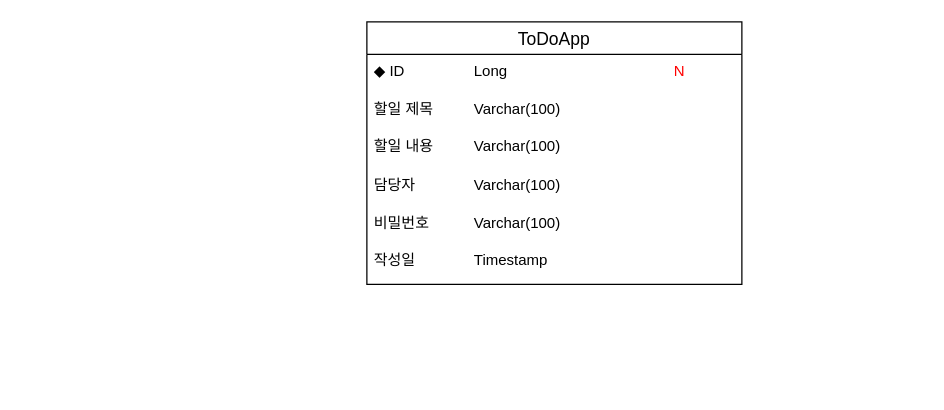
Before: ERD.drawio in kwj0605/ToDoApp, a draw.io diagram. Source tidied: cells renumbered, new cells numbered last; positions are measured from the earlier drawing's top-left corner, leaving out a move shared by most shapes. Both pictures are drawn from the tidied source at 125%, with x=0, y=0 at pixel (366, 21).
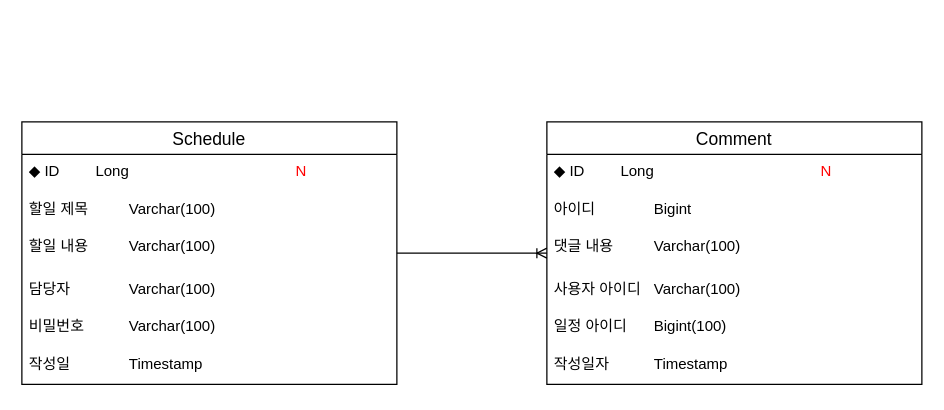
After the change.

Diff of the diagram source:
```diff
@@
 <mxGraphModel>
   <root>
     <mxCell id="0" />
     <mxCell id="1" parent="0" />
+    <mxCell id="9" style="group;" parent="1" vertex="1">
+      <mxGeometry x="-276" y="80" width="300" height="210" as="geometry" />
+    </mxCell>
-    <mxCell id="2" value="ToDoApp" style="swimlane;fontStyle=0;horizontal=1;startSize=26;align=center;fontSize=14;" parent="1" vertex="1">
+    <mxCell id="2" value="Schedule" style="swimlane;fontStyle=0;horizontal=1;startSize=26;align=center;fontSize=14;" parent="9" vertex="1">
       <mxGeometry width="300" height="210" as="geometry" />
     </mxCell>
-    <mxCell id="3" value="◆ ID&lt;span style=&quot;white-space: pre;&quot;&gt;&#9;&lt;/span&gt;&lt;span style=&quot;white-space: pre;&quot;&gt;&#9;&lt;/span&gt;&lt;span style=&quot;white-space: pre;&quot;&gt;&#9;&lt;/span&gt;Long&lt;span style=&quot;white-space: pre;&quot;&gt;&#9;&lt;/span&gt;&lt;span style=&quot;white-space: pre;&quot;&gt;&#9;&lt;/span&gt;&lt;span style=&quot;white-space: pre;&quot;&gt;&#9;&lt;/span&gt;&lt;span style=&quot;white-space: pre;&quot;&gt;&#9;&lt;/span&gt;&lt;span style=&quot;white-space: pre;&quot;&gt;&#9;&lt;/span&gt;&lt;font color=&quot;#ff0000&quot;&gt;N&lt;/font&gt;" style="text;strokeColor=none;fillColor=none;spacingLeft=4;spacingRight=4;overflow=hidden;fontSize=12;whiteSpace=wrap;html=1;" parent="2" vertex="1">
+    <mxCell id="3" value="◆ ID&lt;span style=&quot;white-space: pre;&quot;&gt;&#9;&lt;/span&gt;&lt;span style=&quot;white-space: pre;&quot;&gt;&#9;&lt;/span&gt;Long&lt;span style=&quot;white-space: pre;&quot;&gt;&#9;&lt;/span&gt;&lt;span style=&quot;white-space: pre;&quot;&gt;&#9;&lt;/span&gt;&lt;span style=&quot;white-space: pre;&quot;&gt;&#9;&lt;/span&gt;&lt;span style=&quot;white-space: pre;&quot;&gt;&#9;&lt;/span&gt;&lt;span style=&quot;white-space: pre;&quot;&gt;&#9;&lt;/span&gt;&lt;font color=&quot;#ff0000&quot;&gt;N&lt;/font&gt;" style="text;strokeColor=none;fillColor=none;spacingLeft=4;spacingRight=4;overflow=hidden;fontSize=12;whiteSpace=wrap;html=1;" parent="2" vertex="1">
       <mxGeometry y="26" width="300" height="30" as="geometry" />
     </mxCell>
     <mxCell id="4" value="할일 제목&lt;span style=&quot;white-space: pre;&quot;&gt;&#9;&lt;/span&gt;&lt;span style=&quot;white-space: pre;&quot;&gt;&#9;&lt;/span&gt;Varchar(100)" style="text;strokeColor=none;fillColor=none;spacingLeft=4;spacingRight=4;overflow=hidden;fontSize=12;whiteSpace=wrap;html=1;" parent="2" vertex="1">
       <mxGeometry y="56" width="300" height="30" as="geometry" />
     </mxCell>
     <mxCell id="5" value="할일 내용&lt;span style=&quot;white-space: pre;&quot;&gt;&#9;&lt;/span&gt;&lt;span style=&quot;white-space: pre;&quot;&gt;&#9;&lt;/span&gt;Varchar(100)" style="text;strokeColor=none;fillColor=none;spacingLeft=4;spacingRight=4;overflow=hidden;fontSize=12;whiteSpace=wrap;html=1;" parent="2" vertex="1">
       <mxGeometry y="86" width="300" height="124" as="geometry" />
     </mxCell>
-    <mxCell id="6" value="담당자&lt;span style=&quot;white-space: pre;&quot;&gt;&#9;&lt;/span&gt;&lt;span style=&quot;white-space: pre;&quot;&gt;&#9;&lt;/span&gt;Varchar(100)" style="text;strokeColor=none;fillColor=none;spacingLeft=4;spacingRight=4;overflow=hidden;fontSize=12;whiteSpace=wrap;html=1;" parent="1" vertex="1">
-      <mxGeometry y="117" width="300" height="30" as="geometry" />
+    <mxCell id="6" value="담당자&lt;span style=&quot;white-space: pre;&quot;&gt;&#9;&lt;/span&gt;&lt;span style=&quot;white-space: pre;&quot;&gt;&#9;&lt;/span&gt;Varchar(100)" style="text;strokeColor=none;fillColor=none;spacingLeft=4;spacingRight=4;overflow=hidden;fontSize=12;whiteSpace=wrap;html=1;" parent="9" vertex="1">
+      <mxGeometry y="120" width="300" height="30" as="geometry" />
     </mxCell>
-    <mxCell id="7" value="비밀번호&amp;nbsp;&lt;span style=&quot;white-space: pre;&quot;&gt;&#9;&lt;/span&gt;&lt;span style=&quot;white-space: pre;&quot;&gt;&#9;&lt;/span&gt;Varchar(100)" style="text;strokeColor=none;fillColor=none;spacingLeft=4;spacingRight=4;overflow=hidden;fontSize=12;whiteSpace=wrap;html=1;" parent="1" vertex="1">
-      <mxGeometry y="147" width="300" height="30" as="geometry" />
+    <mxCell id="7" value="비밀번호&amp;nbsp;&lt;span style=&quot;white-space: pre;&quot;&gt;&#9;&lt;/span&gt;&lt;span style=&quot;white-space: pre;&quot;&gt;&#9;&lt;/span&gt;Varchar(100)" style="text;strokeColor=none;fillColor=none;spacingLeft=4;spacingRight=4;overflow=hidden;fontSize=12;whiteSpace=wrap;html=1;" parent="9" vertex="1">
+      <mxGeometry y="150" width="300" height="30" as="geometry" />
     </mxCell>
-    <mxCell id="8" value="작성일&amp;nbsp;&lt;span style=&quot;white-space: pre;&quot;&gt;&#9;&lt;/span&gt;&lt;span style=&quot;white-space: pre;&quot;&gt;&#9;&lt;/span&gt;Timestamp" style="text;strokeColor=none;fillColor=none;spacingLeft=4;spacingRight=4;overflow=hidden;fontSize=12;whiteSpace=wrap;html=1;" parent="1" vertex="1">
-      <mxGeometry y="177" width="300" height="30" as="geometry" />
+    <mxCell id="8" value="작성일&amp;nbsp;&lt;span style=&quot;white-space: pre;&quot;&gt;&#9;&lt;/span&gt;&lt;span style=&quot;white-space: pre;&quot;&gt;&#9;&lt;/span&gt;Timestamp" style="text;strokeColor=none;fillColor=none;spacingLeft=4;spacingRight=4;overflow=hidden;fontSize=12;whiteSpace=wrap;html=1;" parent="9" vertex="1">
+      <mxGeometry y="180" width="300" height="30" as="geometry" />
     </mxCell>
+    <mxCell id="10" style="group;" parent="1" vertex="1">
+      <mxGeometry x="144" y="80" width="300" height="210" as="geometry" />
+    </mxCell>
+    <mxCell id="11" value="Comment" style="swimlane;fontStyle=0;horizontal=1;startSize=26;align=center;fontSize=14;" parent="10" vertex="1">
+      <mxGeometry width="300" height="210" as="geometry" />
+    </mxCell>
+    <mxCell id="12" value="◆ ID&lt;span style=&quot;white-space: pre;&quot;&gt;&#9;&lt;/span&gt;&lt;span style=&quot;white-space: pre;&quot;&gt;&#9;&lt;/span&gt;Long&lt;span style=&quot;white-space: pre;&quot;&gt;&#9;&lt;/span&gt;&lt;span style=&quot;white-space: pre;&quot;&gt;&#9;&lt;/span&gt;&lt;span style=&quot;white-space: pre;&quot;&gt;&#9;&lt;/span&gt;&lt;span style=&quot;white-space: pre;&quot;&gt;&#9;&lt;/span&gt;&lt;span style=&quot;white-space: pre;&quot;&gt;&#9;&lt;/span&gt;&lt;font color=&quot;#ff0000&quot;&gt;N&lt;/font&gt;" style="text;strokeColor=none;fillColor=none;spacingLeft=4;spacingRight=4;overflow=hidden;fontSize=12;whiteSpace=wrap;html=1;" parent="11" vertex="1">
+      <mxGeometry y="26" width="300" height="30" as="geometry" />
+    </mxCell>
+    <mxCell id="13" value="아이디&lt;span style=&quot;white-space: pre;&quot;&gt;&#9;&lt;/span&gt;&lt;span style=&quot;white-space: pre;&quot;&gt;&#9;&lt;/span&gt;Bigint" style="text;strokeColor=none;fillColor=none;spacingLeft=4;spacingRight=4;overflow=hidden;fontSize=12;whiteSpace=wrap;html=1;" parent="11" vertex="1">
+      <mxGeometry y="56" width="300" height="30" as="geometry" />
+    </mxCell>
+    <mxCell id="14" value="댓글 내용&lt;span style=&quot;white-space: pre;&quot;&gt;&#9;&lt;/span&gt;&lt;span style=&quot;white-space: pre;&quot;&gt;&#9;&lt;/span&gt;Varchar(100)" style="text;strokeColor=none;fillColor=none;spacingLeft=4;spacingRight=4;overflow=hidden;fontSize=12;whiteSpace=wrap;html=1;" parent="11" vertex="1">
+      <mxGeometry y="86" width="300" height="124" as="geometry" />
+    </mxCell>
+    <mxCell id="15" value="사용자 아이디&lt;span style=&quot;white-space: pre;&quot;&gt;&#9;&lt;/span&gt;Varchar(100)" style="text;strokeColor=none;fillColor=none;spacingLeft=4;spacingRight=4;overflow=hidden;fontSize=12;whiteSpace=wrap;html=1;" parent="10" vertex="1">
+      <mxGeometry y="120" width="300" height="30" as="geometry" />
+    </mxCell>
+    <mxCell id="16" value="일정 아이디 &lt;span style=&quot;white-space: pre;&quot;&gt;&#9;&lt;/span&gt;Bigint(100)" style="text;strokeColor=none;fillColor=none;spacingLeft=4;spacingRight=4;overflow=hidden;fontSize=12;whiteSpace=wrap;html=1;" parent="10" vertex="1">
+      <mxGeometry y="150" width="300" height="30" as="geometry" />
+    </mxCell>
+    <mxCell id="17" value="작성일자&amp;nbsp;&lt;span style=&quot;white-space: pre;&quot;&gt;&#9;&lt;/span&gt;&lt;span style=&quot;white-space: pre;&quot;&gt;&#9;&lt;/span&gt;Timestamp" style="text;strokeColor=none;fillColor=none;spacingLeft=4;spacingRight=4;overflow=hidden;fontSize=12;whiteSpace=wrap;html=1;" parent="10" vertex="1">
+      <mxGeometry y="180" width="300" height="30" as="geometry" />
+    </mxCell>
+    <mxCell id="18" style="edgeStyle=entityRelationEdgeStyle;fontSize=12;html=1;endArrow=ERoneToMany;rounded=0;" parent="1" edge="1" source="2" target="11">
+      <mxGeometry relative="1" as="geometry" />
+    </mxCell>
   </root>
 </mxGraphModel>
```
